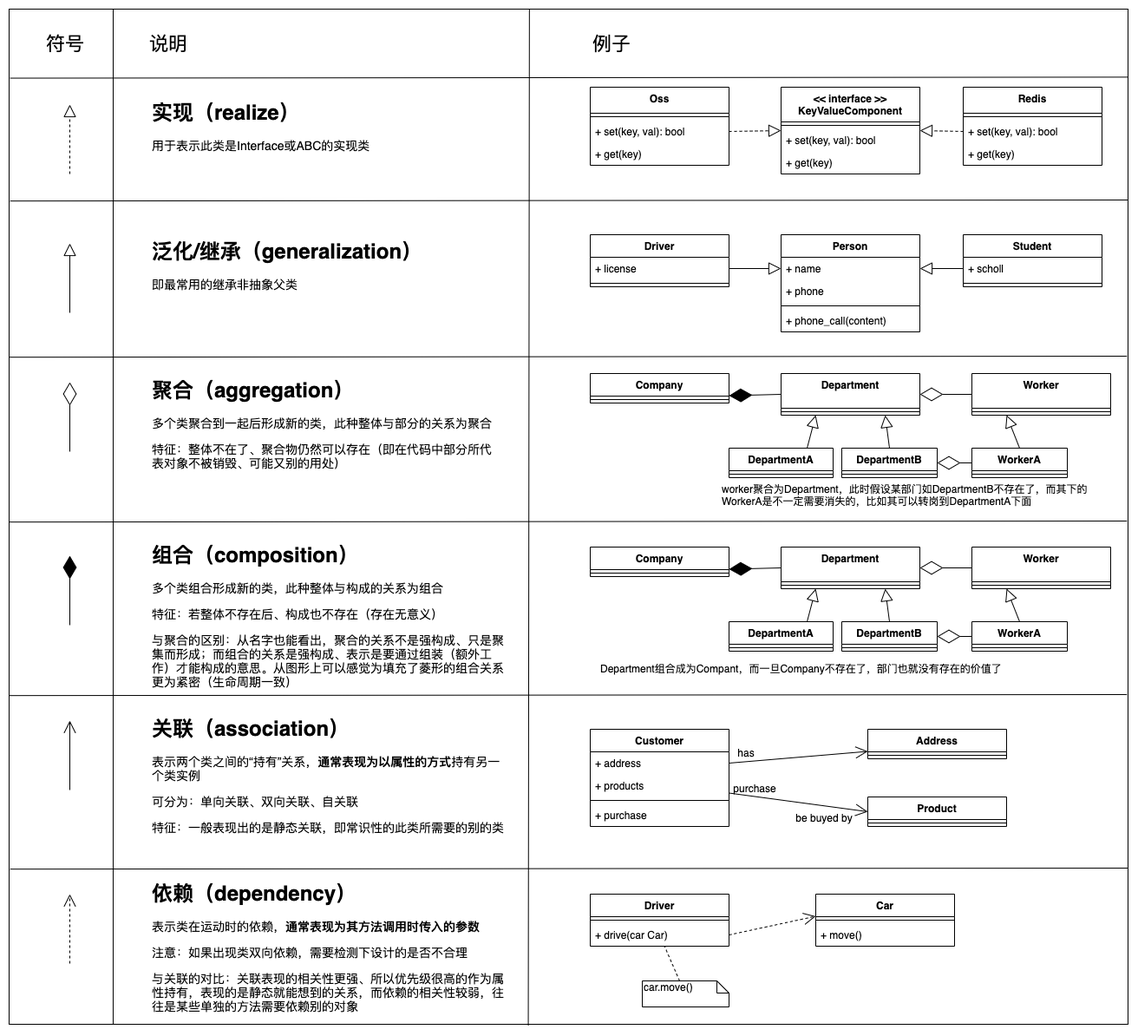
Earlier version of the draw.io export images/uml_links.png (pillipanda/pillipanda.github.io). Source tidied: cells renumbered, new cells last; positions are measured from the earlier drawing's top-left corner, leaving out a move shared by most shapes.
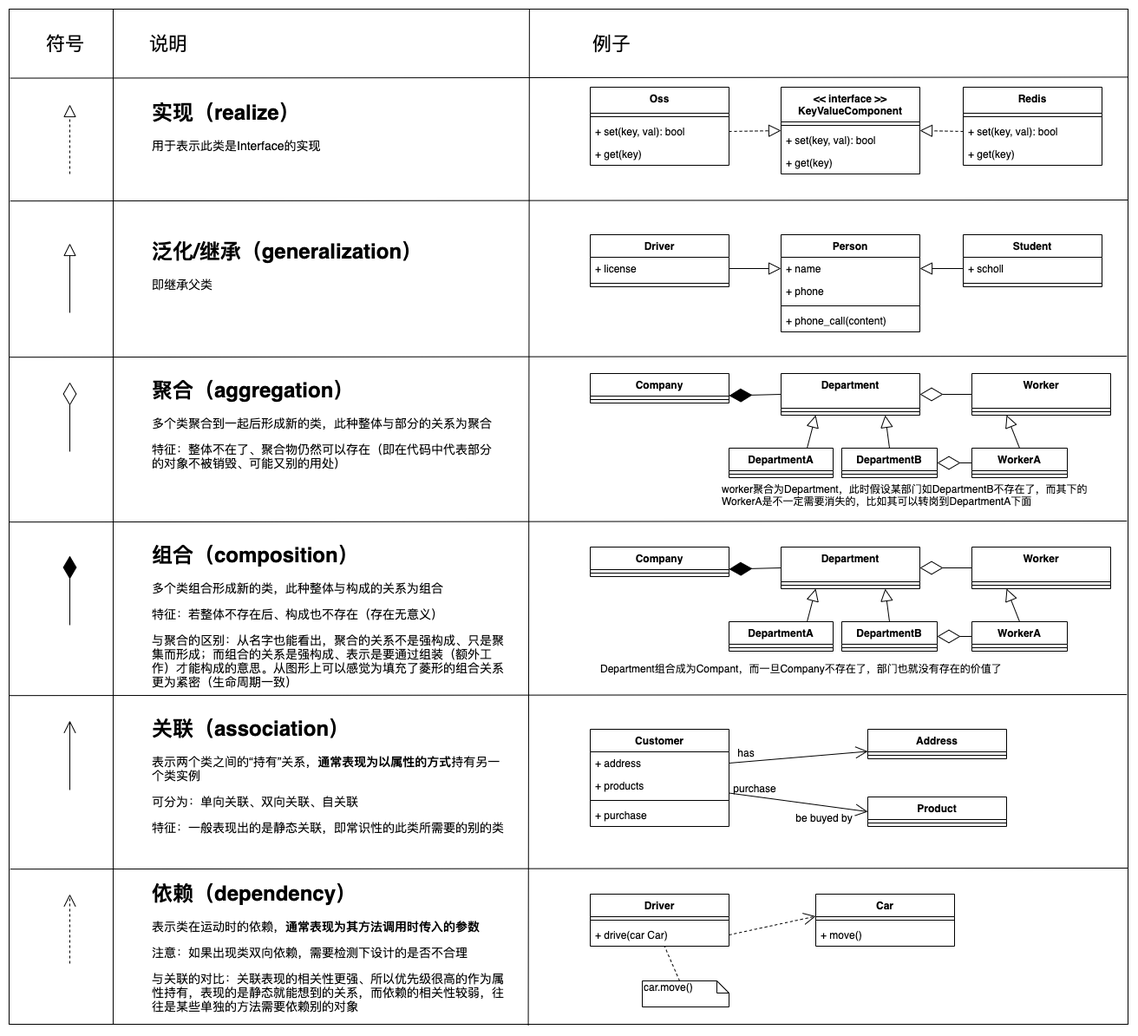
Above is the later version.

What changed in the source:
```diff
@@ -11,10 +11,10 @@
         <mxPoint x="70" y="110" as="targetPoint" />
       </mxGeometry>
     </mxCell>
-    <mxCell id="4" value="&lt;h1&gt;实现（realize）&lt;/h1&gt;&lt;p style=&quot;font-size: 14px&quot;&gt;用于表示此类是Interface或ABC的实现类&lt;/p&gt;" style="text;html=1;strokeColor=none;fillColor=none;spacing=5;spacingTop=-20;whiteSpace=wrap;overflow=hidden;rounded=0;" parent="1" vertex="1">
+    <mxCell id="4" value="&lt;h1&gt;实现（realize）&lt;/h1&gt;&lt;p style=&quot;font-size: 14px&quot;&gt;用于表示此类是Interface的实现&lt;/p&gt;" style="text;html=1;strokeColor=none;fillColor=none;spacing=5;spacingTop=-20;whiteSpace=wrap;overflow=hidden;rounded=0;" parent="1" vertex="1">
       <mxGeometry x="160" y="100" width="320" height="80" as="geometry" />
     </mxCell>
-    <mxCell id="5" value="&lt;h1&gt;泛化/继承（generalization）&lt;/h1&gt;&lt;p&gt;&lt;font style=&quot;font-size: 14px&quot;&gt;即最常用的继承非抽象父类&lt;/font&gt;&lt;/p&gt;" style="text;html=1;strokeColor=none;fillColor=none;spacing=5;spacingTop=-20;whiteSpace=wrap;overflow=hidden;rounded=0;" parent="1" vertex="1">
+    <mxCell id="5" value="&lt;h1&gt;泛化/继承（generalization）&lt;/h1&gt;&lt;p&gt;&lt;font style=&quot;font-size: 14px&quot;&gt;即继承父类&lt;/font&gt;&lt;/p&gt;" style="text;html=1;strokeColor=none;fillColor=none;spacing=5;spacingTop=-20;whiteSpace=wrap;overflow=hidden;rounded=0;" parent="1" vertex="1">
       <mxGeometry x="160" y="260" width="340" height="80" as="geometry" />
     </mxCell>
     <mxCell id="6" style="endArrow=block;endFill=0;endSize=12;html=1;" parent="1" edge="1">
@@ -29,7 +29,7 @@
         <mxPoint x="70" y="430" as="targetPoint" />
       </mxGeometry>
     </mxCell>
-    <mxCell id="8" value="&lt;h1&gt;聚合（aggregation）&lt;/h1&gt;&lt;p style=&quot;font-size: 14px&quot;&gt;&lt;font style=&quot;font-size: 14px&quot;&gt;多个类聚合到一起后形成新的类，此种整体与部分的关系为聚合&lt;/font&gt;&lt;/p&gt;&lt;p style=&quot;font-size: 14px&quot;&gt;&lt;font style=&quot;font-size: 14px&quot;&gt;特征：整体不在了、聚合物仍然可以存在（即在代码中部分所代表对象不被销毁、可能又别的用处）&lt;/font&gt;&lt;/p&gt;" style="text;html=1;strokeColor=none;fillColor=none;spacing=5;spacingTop=-20;whiteSpace=wrap;overflow=hidden;rounded=0;" parent="1" vertex="1">
+    <mxCell id="8" value="&lt;h1&gt;聚合（aggregation）&lt;/h1&gt;&lt;p style=&quot;font-size: 14px&quot;&gt;&lt;font style=&quot;font-size: 14px&quot;&gt;多个类聚合到一起后形成新的类，此种整体与部分的关系为聚合&lt;/font&gt;&lt;/p&gt;&lt;p style=&quot;font-size: 14px&quot;&gt;&lt;font style=&quot;font-size: 14px&quot;&gt;特征：整体不在了、聚合物仍然可以存在（即在代码中代表部分的对象不被销毁、可能又别的用处）&lt;/font&gt;&lt;/p&gt;" style="text;html=1;strokeColor=none;fillColor=none;spacing=5;spacingTop=-20;whiteSpace=wrap;overflow=hidden;rounded=0;" parent="1" vertex="1">
       <mxGeometry x="160" y="420" width="400" height="120" as="geometry" />
     </mxCell>
     <mxCell id="9" style="endArrow=diamondThin;endFill=1;endSize=24;html=1;" parent="1" edge="1">
```
